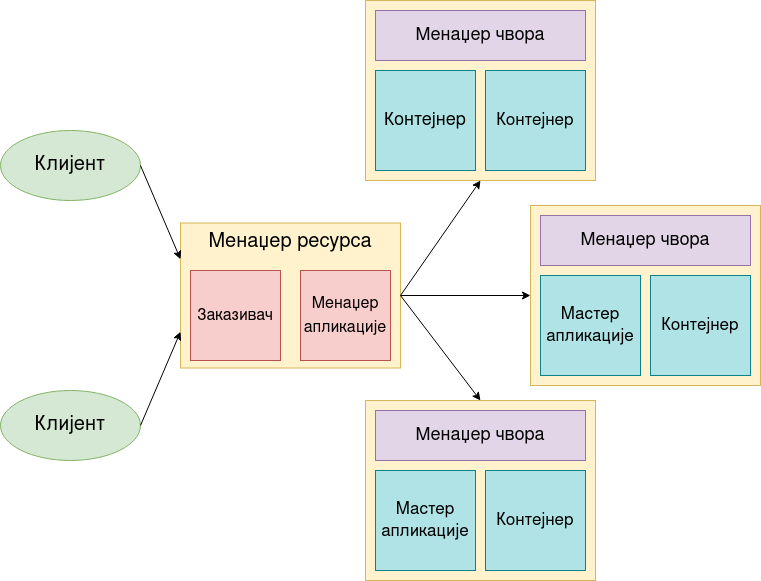
Above: thesis_serbian/master-thesis-tex-source/pictures/yarn_arch.png in davgav123/geo-locator (draw.io), before the change. Source tidied: cells renumbered, new cells last; positions are measured from the earlier drawing's top-left corner, leaving out a move shared by most shapes.
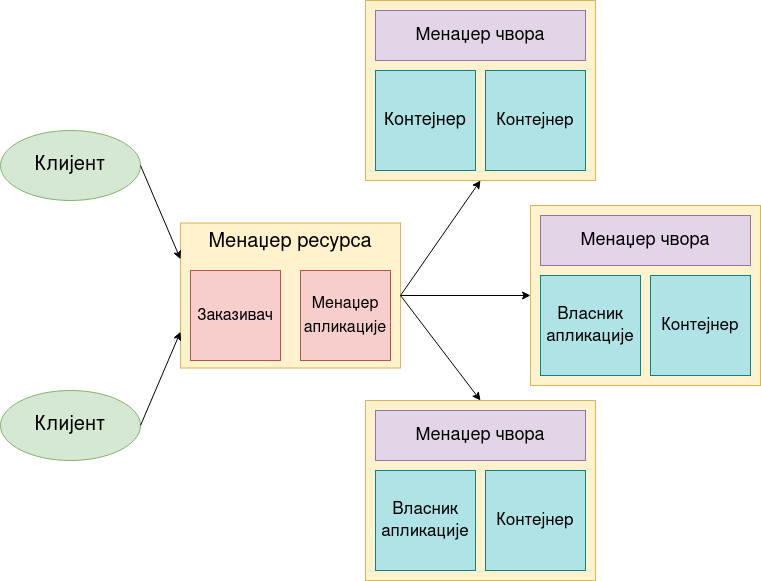
The same diagram one commit later.

Change to the diagram source:
```diff
@@ -32,7 +32,7 @@
     <mxCell id="11" value="&lt;font style=&quot;font-size: 18px;&quot;&gt;Мена&lt;/font&gt;&lt;font style=&quot;font-size: 18px&quot;&gt;џер чвора&lt;/font&gt;" style="rounded=0;whiteSpace=wrap;html=1;fontSize=20;fillColor=#e1d5e7;strokeColor=#9673a6;" parent="1" vertex="1">
       <mxGeometry x="540" y="215" width="210" height="50" as="geometry" />
     </mxCell>
-    <mxCell id="12" value="&lt;font style=&quot;font-size: 17px;&quot;&gt;Мастер апликације&lt;/font&gt;" style="whiteSpace=wrap;html=1;fontSize=18;fillColor=#b0e3e6;strokeColor=#0e8088;" parent="1" vertex="1">
+    <mxCell id="12" value="&lt;font style=&quot;font-size: 17px;&quot;&gt;Власник апликације&lt;/font&gt;" style="whiteSpace=wrap;html=1;fontSize=18;fillColor=#b0e3e6;strokeColor=#0e8088;" parent="1" vertex="1">
       <mxGeometry x="540" y="275" width="100" height="100" as="geometry" />
     </mxCell>
     <mxCell id="13" value="&lt;font style=&quot;font-size: 17px;&quot;&gt;Контејнер&lt;/font&gt;" style="whiteSpace=wrap;html=1;fontSize=18;fillColor=#b0e3e6;strokeColor=#0e8088;" parent="1" vertex="1">
@@ -44,7 +44,7 @@
     <mxCell id="15" value="&lt;font style=&quot;font-size: 18px;&quot;&gt;Мена&lt;/font&gt;&lt;font style=&quot;font-size: 18px&quot;&gt;џер чвора&lt;/font&gt;" style="rounded=0;whiteSpace=wrap;html=1;fontSize=20;fillColor=#e1d5e7;strokeColor=#9673a6;" parent="1" vertex="1">
       <mxGeometry x="375" y="410" width="210" height="50" as="geometry" />
     </mxCell>
-    <mxCell id="16" value="&lt;font style=&quot;font-size: 17px;&quot;&gt;Мастер апликације&lt;/font&gt;" style="whiteSpace=wrap;html=1;fontSize=18;fillColor=#b0e3e6;strokeColor=#0e8088;" parent="1" vertex="1">
+    <mxCell id="16" value="&lt;font style=&quot;font-size: 17px;&quot;&gt;Власник апликације&lt;/font&gt;" style="whiteSpace=wrap;html=1;fontSize=18;fillColor=#b0e3e6;strokeColor=#0e8088;" parent="1" vertex="1">
       <mxGeometry x="375" y="470" width="100" height="100" as="geometry" />
     </mxCell>
     <mxCell id="17" value="&lt;font style=&quot;font-size: 17px;&quot;&gt;Контејнер&lt;/font&gt;" style="whiteSpace=wrap;html=1;fontSize=18;fillColor=#b0e3e6;strokeColor=#0e8088;" parent="1" vertex="1">
```
